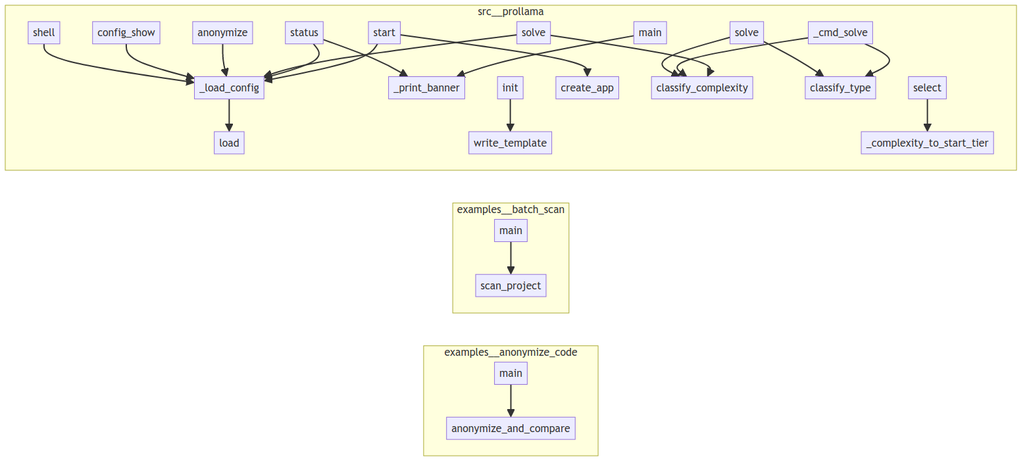
Above: project/calls.png in pro-llama/prollama (Mermaid), before the change. Its source is kept beside it as project/calls.mmd. Source of this version:
```mermaid
flowchart LR
    subgraph examples__anonymize_code
        examples__anonymize_code__main["main"]
        examples__anonymize_code__anonymize_and_compare["anonymize_and_compare"]
    end
    subgraph examples__batch_scan
        examples__batch_scan__main["main"]
        examples__batch_scan__scan_project["scan_project"]
    end
    subgraph src__prollama
        src__prollama__cli__shell["shell"]
        src__prollama__cli__init["init"]
        src__prollama__config__Config__load["load"]
        src__prollama__shell__ProllamaShell___cmd_solve["_cmd_solve"]
        src__prollama__cli___load_config["_load_config"]
        src__prollama__executor__task_executor__classify_complexity["classify_complexity"]
        src__prollama__cli__main["main"]
        src__prollama__cli__config_show["config_show"]
        src__prollama__router__model_router___complexity_to_start_tier["_complexity_to_start_tier"]
        src__prollama__executor__task_executor__classify_type["classify_type"]
        src__prollama__cli__status["status"]
        src__prollama__config__Config__write_template["write_template"]
        src__prollama__proxy__create_app["create_app"]
        src__prollama__cli__solve["solve"]
        src__prollama__cli___print_banner["_print_banner"]
        src__prollama__cli__anonymize["anonymize"]
        src__prollama__cli__start["start"]
        src__prollama__router__model_router__ModelRouter__select["select"]
        src__prollama__executor__task_executor__TaskExecutor__solve["solve"]
    end
    examples__batch_scan__main --> examples__batch_scan__scan_project
    examples__anonymize_code__main --> examples__anonymize_code__anonymize_and_compare
    src__prollama__cli___load_config --> src__prollama__config__Config__load
    src__prollama__cli__main --> src__prollama__cli___print_banner
    src__prollama__cli__init --> src__prollama__config__Config__write_template
    src__prollama__cli__start --> src__prollama__cli___load_config
    src__prollama__cli__start --> src__prollama__proxy__create_app
    src__prollama__cli__status --> src__prollama__cli___load_config
    src__prollama__cli__status --> src__prollama__cli___print_banner
    src__prollama__cli__solve --> src__prollama__cli___load_config
    src__prollama__cli__solve --> src__prollama__executor__task_executor__classify_complexity
    src__prollama__cli__anonymize --> src__prollama__cli___load_config
    src__prollama__cli__config_show --> src__prollama__cli___load_config
    src__prollama__cli__shell --> src__prollama__cli___load_config
    src__prollama__shell__ProllamaShell___cmd_solve --> src__prollama__executor__task_executor__classify_complexity
    src__prollama__shell__ProllamaShell___cmd_solve --> src__prollama__executor__task_executor__classify_type
    src__prollama__executor__task_executor__TaskExecutor__solve --> src__prollama__executor__task_executor__classify_type
    src__prollama__executor__task_executor__TaskExecutor__solve --> src__prollama__executor__task_executor__classify_complexity
    src__prollama__router__model_router__ModelRouter__select --> src__prollama__router__model_router___complexity_to_start_tier
```
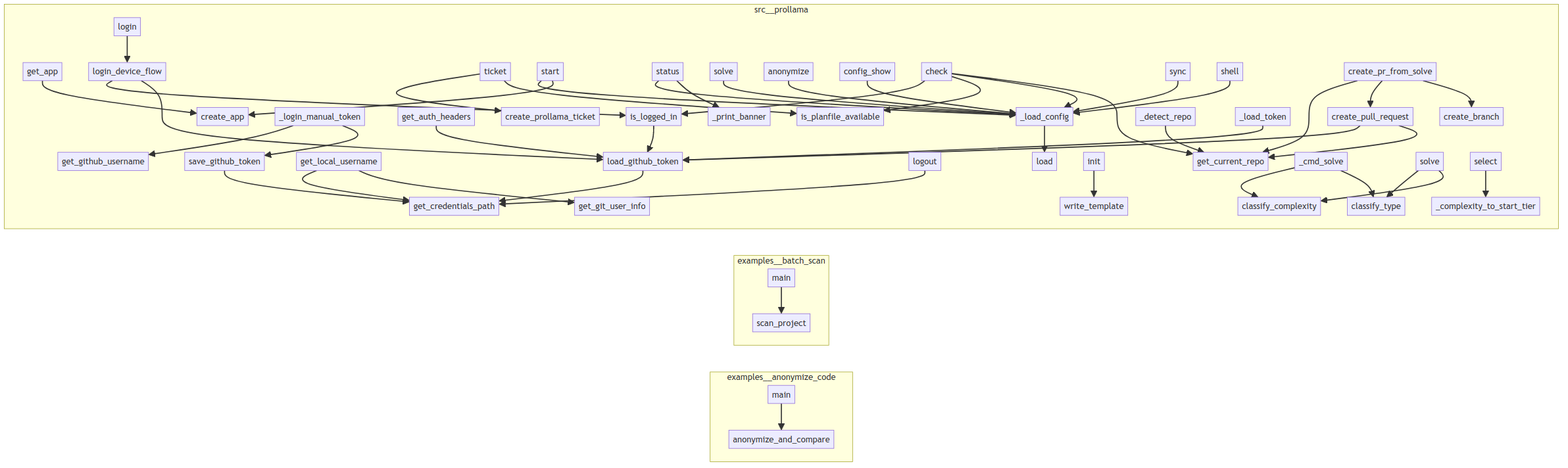
The same diagram one commit later.

Change to the diagram source:
```diff
@@ -1,49 +1,97 @@
 flowchart LR
     subgraph examples__anonymize_code
+        examples__anonymize_code__anonymize_and_compare["anonymize_and_compare"]
         examples__anonymize_code__main["main"]
-        examples__anonymize_code__anonymize_and_compare["anonymize_and_compare"]
     end
     subgraph examples__batch_scan
+        examples__batch_scan__scan_project["scan_project"]
         examples__batch_scan__main["main"]
-        examples__batch_scan__scan_project["scan_project"]
     end
     subgraph src__prollama
+        src__prollama__auth__save_github_token["save_github_token"]
+        src__prollama__router__model_router__ModelRouter__select["select"]
+        src__prollama__auth__get_git_user_info["get_git_user_info"]
+        src__prollama__auth__is_logged_in["is_logged_in"]
+        src__prollama__auth__get_github_username["get_github_username"]
+        src__prollama__cli___load_config["_load_config"]
+        src__prollama__pr__get_current_repo["get_current_repo"]
+        src__prollama__shell__ProllamaShell___cmd_solve["_cmd_solve"]
+        src__prollama__integrations__planfile__PlanfileAdapter___load_token["_load_token"]
+        src__prollama__cli__anonymize["anonymize"]
+        src__prollama__pr__create_branch["create_branch"]
+        src__prollama__cli__solve["solve"]
         src__prollama__cli__shell["shell"]
+        src__prollama__config__Config__load["load"]
+        src__prollama__auth__load_github_token["load_github_token"]
+        src__prollama__cli___print_banner["_print_banner"]
+        src__prollama__integrations__planfile__PlanfileAdapter___detect_repo["_detect_repo"]
+        src__prollama__cli__config_show["config_show"]
+        src__prollama__cli__ticket["ticket"]
+        src__prollama__cli__status["status"]
+        src__prollama__pr__create_pr_from_solve["create_pr_from_solve"]
+        src__prollama__executor__task_executor__classify_type["classify_type"]
+        src__prollama__cli__login["login"]
         src__prollama__cli__init["init"]
-        src__prollama__config__Config__load["load"]
-        src__prollama__shell__ProllamaShell___cmd_solve["_cmd_solve"]
-        src__prollama__cli___load_config["_load_config"]
+        src__prollama__router__model_router___complexity_to_start_tier["_complexity_to_start_tier"]
+        src__prollama__integrations__planfile__create_prollama_ticket["create_prollama_ticket"]
+        src__prollama__cli__sync["sync"]
+        src__prollama__proxy__create_app["create_app"]
+        src__prollama__auth__login_device_flow["login_device_flow"]
+        src__prollama__config__Config__write_template["write_template"]
+        src__prollama__cli__check["check"]
+        src__prollama__executor__task_executor__TaskExecutor__solve["solve"]
+        src__prollama__auth__get_auth_headers["get_auth_headers"]
+        src__prollama__proxy__Proxy__get_app["get_app"]
+        src__prollama__integrations__planfile__is_planfile_available["is_planfile_available"]
+        src__prollama__auth__logout["logout"]
+        src__prollama__cli__start["start"]
         src__prollama__executor__task_executor__classify_complexity["classify_complexity"]
-        src__prollama__cli__main["main"]
-        src__prollama__cli__config_show["config_show"]
-        src__prollama__router__model_router___complexity_to_start_tier["_complexity_to_start_tier"]
-        src__prollama__executor__task_executor__classify_type["classify_type"]
-        src__prollama__cli__status["status"]
-        src__prollama__config__Config__write_template["write_template"]
-        src__prollama__proxy__create_app["create_app"]
-        src__prollama__cli__solve["solve"]
-        src__prollama__cli___print_banner["_print_banner"]
-        src__prollama__cli__anonymize["anonymize"]
-        src__prollama__cli__start["start"]
-        src__prollama__router__model_router__ModelRouter__select["select"]
-        src__prollama__executor__task_executor__TaskExecutor__solve["solve"]
+        src__prollama__pr__create_pull_request["create_pull_request"]
+        src__prollama__auth__get_credentials_path["get_credentials_path"]
+        src__prollama__auth___login_manual_token["_login_manual_token"]
+        src__prollama__auth__get_local_username["get_local_username"]
     end
     examples__batch_scan__main --> examples__batch_scan__scan_project
     examples__anonymize_code__main --> examples__anonymize_code__anonymize_and_compare
+    src__prollama__proxy__Proxy__get_app --> src__prollama__proxy__create_app
+    src__prollama__auth__save_github_token --> src__prollama__auth__get_credentials_path
+    src__prollama__auth__load_github_token --> src__prollama__auth__get_credentials_path
+    src__prollama__auth__get_local_username --> src__prollama__auth__get_credentials_path
+    src__prollama__auth__get_local_username --> src__prollama__auth__get_git_user_info
+    src__prollama__auth__login_device_flow --> src__prollama__auth__is_logged_in
+    src__prollama__auth__login_device_flow --> src__prollama__auth__load_github_token
+    src__prollama__auth___login_manual_token --> src__prollama__auth__get_github_username
+    src__prollama__auth___login_manual_token --> src__prollama__auth__save_github_token
+    src__prollama__auth__logout --> src__prollama__auth__get_credentials_path
+    src__prollama__auth__is_logged_in --> src__prollama__auth__load_github_token
+    src__prollama__auth__get_auth_headers --> src__prollama__auth__load_github_token
     src__prollama__cli___load_config --> src__prollama__config__Config__load
-    src__prollama__cli__main --> src__prollama__cli___print_banner
+    src__prollama__cli__login --> src__prollama__auth__login_device_flow
+    src__prollama__cli__ticket --> src__prollama__integrations__planfile__create_prollama_ticket
+    src__prollama__cli__ticket --> src__prollama__integrations__planfile__is_planfile_available
     src__prollama__cli__init --> src__prollama__config__Config__write_template
     src__prollama__cli__start --> src__prollama__cli___load_config
     src__prollama__cli__start --> src__prollama__proxy__create_app
     src__prollama__cli__status --> src__prollama__cli___load_config
     src__prollama__cli__status --> src__prollama__cli___print_banner
     src__prollama__cli__solve --> src__prollama__cli___load_config
-    src__prollama__cli__solve --> src__prollama__executor__task_executor__classify_complexity
     src__prollama__cli__anonymize --> src__prollama__cli___load_config
     src__prollama__cli__config_show --> src__prollama__cli___load_config
+    src__prollama__cli__check --> src__prollama__auth__is_logged_in
+    src__prollama__cli__check --> src__prollama__integrations__planfile__is_planfile_available
+    src__prollama__cli__check --> src__prollama__cli___load_config
+    src__prollama__cli__check --> src__prollama__pr__get_current_repo
+    src__prollama__cli__sync --> src__prollama__cli___load_config
     src__prollama__cli__shell --> src__prollama__cli___load_config
     src__prollama__shell__ProllamaShell___cmd_solve --> src__prollama__executor__task_executor__classify_complexity
     src__prollama__shell__ProllamaShell___cmd_solve --> src__prollama__executor__task_executor__classify_type
+    src__prollama__pr__create_pull_request --> src__prollama__auth__load_github_token
+    src__prollama__pr__create_pull_request --> src__prollama__pr__get_current_repo
+    src__prollama__pr__create_pr_from_solve --> src__prollama__pr__get_current_repo
+    src__prollama__pr__create_pr_from_solve --> src__prollama__pr__create_pull_request
+    src__prollama__pr__create_pr_from_solve --> src__prollama__pr__create_branch
     src__prollama__executor__task_executor__TaskExecutor__solve --> src__prollama__executor__task_executor__classify_type
     src__prollama__executor__task_executor__TaskExecutor__solve --> src__prollama__executor__task_executor__classify_complexity
+    src__prollama__integrations__planfile__PlanfileAdapter___detect_repo --> src__prollama__pr__get_current_repo
+    src__prollama__integrations__planfile__PlanfileAdapter___load_token --> src__prollama__auth__load_github_token
     src__prollama__router__model_router__ModelRouter__select --> src__prollama__router__model_router___complexity_to_start_tier
```
